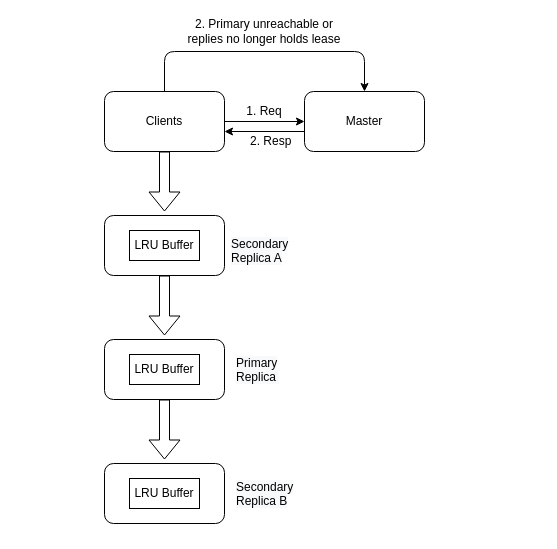
Before: writeDataFlow.drawio in ywq1113/scripts, a draw.io diagram. Source tidied: cells renumbered, new cells numbered last; positions are measured from the earlier drawing's top-left corner, leaving out a move shared by most shapes. Both pictures are drawn from the tidied source at 100%, with x=0, y=0 at pixel (104, 21).
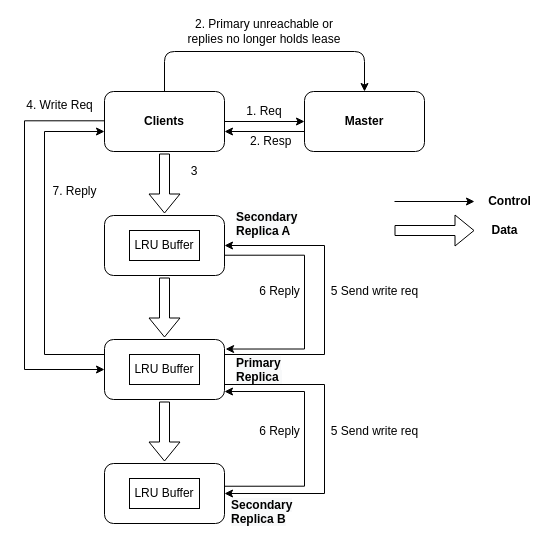
The same diagram, later.

Unchanged cells that the change refers to:
```xml
<mxCell id="11" style="rounded=1;whiteSpace=wrap;html=1;" parent="1" vertex="1">
  <mxGeometry y="194" width="120" height="60" as="geometry" />
</mxCell>
<mxCell id="13" style="rounded=1;whiteSpace=wrap;html=1;" parent="1" vertex="1">
  <mxGeometry y="318" width="120" height="60" as="geometry" />
</mxCell>
<mxCell id="15" style="rounded=1;whiteSpace=wrap;html=1;" parent="1" vertex="1">
  <mxGeometry y="442" width="120" height="60" as="geometry" />
</mxCell>
```

Diff of the diagram source:
```diff
@@
-    <mxCell id="4" value="Clients" style="rounded=1;whiteSpace=wrap;html=1;" parent="1" vertex="1">
+    <mxCell id="4" value="&lt;b&gt;Clients&lt;/b&gt;" style="rounded=1;whiteSpace=wrap;html=1;" parent="1" vertex="1">
       <mxGeometry y="70" width="120" height="60" as="geometry" />
     </mxCell>
-    <mxCell id="5" value="Master" style="rounded=1;whiteSpace=wrap;html=1;" parent="1" vertex="1">
+    <mxCell id="5" value="&lt;b&gt;Master&lt;/b&gt;" style="rounded=1;whiteSpace=wrap;html=1;" parent="1" vertex="1">
       <mxGeometry x="200" y="70" width="120" height="60" as="geometry" />
     </mxCell>
@@
-    <mxCell id="10" style="shape=flexArrow;endArrow=classic;html=1;strokeWidth=1;exitX=0.5;exitY=1;exitDx=0;exitDy=0;" parent="1" edge="1" source="4">
+    <mxCell id="10" style="shape=flexArrow;endArrow=classic;html=1;strokeWidth=1;exitX=0.5;exitY=1;exitDx=0;exitDy=0;" parent="1" edge="1">
       <mxGeometry relative="1" as="geometry">
-        <mxPoint x="60" y="190" as="targetPoint" />
+        <mxPoint x="60" y="132" as="sourcePoint" />
+        <mxPoint x="60" y="192" as="targetPoint" />
       </mxGeometry>
     </mxCell>
@@
     <mxCell id="12" style="shape=flexArrow;endArrow=classic;html=1;strokeWidth=1;exitX=0.5;exitY=1;exitDx=0;exitDy=0;" parent="1" edge="1">
       <mxGeometry relative="1" as="geometry">
-        <mxPoint x="60" y="254" as="sourcePoint" />
-        <mxPoint x="60" y="314" as="targetPoint" />
+        <mxPoint x="60" y="256" as="sourcePoint" />
+        <mxPoint x="60" y="316" as="targetPoint" />
       </mxGeometry>
     </mxCell>
@@
     <mxCell id="14" style="shape=flexArrow;endArrow=classic;html=1;strokeWidth=1;exitX=0.5;exitY=1;exitDx=0;exitDy=0;" parent="1" edge="1">
       <mxGeometry relative="1" as="geometry">
-        <mxPoint x="60" y="378" as="sourcePoint" />
-        <mxPoint x="60" y="438" as="targetPoint" />
+        <mxPoint x="60" y="380" as="sourcePoint" />
+        <mxPoint x="60" y="440" as="targetPoint" />
       </mxGeometry>
     </mxCell>
@@
-    <mxCell id="17" value="&lt;span style=&quot;color: rgb(0, 0, 0); font-family: helvetica; font-size: 12px; font-style: normal; font-weight: 400; letter-spacing: normal; text-align: center; text-indent: 0px; text-transform: none; word-spacing: 0px; background-color: rgb(248, 249, 250); display: inline; float: none;&quot;&gt;Secondary&lt;/span&gt;&lt;br style=&quot;color: rgb(0, 0, 0); font-family: helvetica; font-size: 12px; font-style: normal; font-weight: 400; letter-spacing: normal; text-align: center; text-indent: 0px; text-transform: none; word-spacing: 0px; background-color: rgb(248, 249, 250);&quot;&gt;&lt;span style=&quot;color: rgb(0, 0, 0); font-family: helvetica; font-size: 12px; font-style: normal; font-weight: 400; letter-spacing: normal; text-align: center; text-indent: 0px; text-transform: none; word-spacing: 0px; background-color: rgb(248, 249, 250); display: inline; float: none;&quot;&gt;Replica A&lt;/span&gt;" style="text;whiteSpace=wrap;html=1;" parent="1" vertex="1">
-      <mxGeometry x="125" y="209" width="80" height="40" as="geometry" />
+    <mxCell id="17" value="&lt;b&gt;&lt;span style=&quot;color: rgb(0 , 0 , 0) ; font-family: &amp;#34;helvetica&amp;#34; ; font-size: 12px ; font-style: normal ; letter-spacing: normal ; text-align: center ; text-indent: 0px ; text-transform: none ; word-spacing: 0px ; background-color: rgb(248 , 249 , 250) ; display: inline ; float: none&quot;&gt;Secondary&lt;/span&gt;&lt;br style=&quot;color: rgb(0 , 0 , 0) ; font-family: &amp;#34;helvetica&amp;#34; ; font-size: 12px ; font-style: normal ; letter-spacing: normal ; text-align: center ; text-indent: 0px ; text-transform: none ; word-spacing: 0px ; background-color: rgb(248 , 249 , 250)&quot;&gt;&lt;span style=&quot;color: rgb(0 , 0 , 0) ; font-family: &amp;#34;helvetica&amp;#34; ; font-size: 12px ; font-style: normal ; letter-spacing: normal ; text-align: center ; text-indent: 0px ; text-transform: none ; word-spacing: 0px ; background-color: rgb(248 , 249 , 250) ; display: inline ; float: none&quot;&gt;Replica A&lt;/span&gt;&lt;/b&gt;" style="text;whiteSpace=wrap;html=1;" parent="1" vertex="1">
+      <mxGeometry x="130" y="182" width="80" height="40" as="geometry" />
     </mxCell>
-    <mxCell id="18" value="&lt;span style=&quot;color: rgb(0, 0, 0); font-family: helvetica; font-size: 12px; font-style: normal; font-weight: 400; letter-spacing: normal; text-align: center; text-indent: 0px; text-transform: none; word-spacing: 0px; background-color: rgb(248, 249, 250); display: inline; float: none;&quot;&gt;Primary&lt;/span&gt;&lt;br style=&quot;color: rgb(0, 0, 0); font-family: helvetica; font-size: 12px; font-style: normal; font-weight: 400; letter-spacing: normal; text-align: center; text-indent: 0px; text-transform: none; word-spacing: 0px; background-color: rgb(248, 249, 250);&quot;&gt;&lt;span style=&quot;color: rgb(0, 0, 0); font-family: helvetica; font-size: 12px; font-style: normal; font-weight: 400; letter-spacing: normal; text-align: center; text-indent: 0px; text-transform: none; word-spacing: 0px; background-color: rgb(248, 249, 250); display: inline; float: none;&quot;&gt;Replica&amp;nbsp;&lt;/span&gt;" style="text;whiteSpace=wrap;html=1;" parent="1" vertex="1">
+    <mxCell id="18" value="&lt;b&gt;&lt;span style=&quot;color: rgb(0 , 0 , 0) ; font-family: &amp;#34;helvetica&amp;#34; ; font-size: 12px ; font-style: normal ; letter-spacing: normal ; text-align: center ; text-indent: 0px ; text-transform: none ; word-spacing: 0px ; background-color: rgb(248 , 249 , 250) ; display: inline ; float: none&quot;&gt;Primary&lt;/span&gt;&lt;br style=&quot;color: rgb(0 , 0 , 0) ; font-family: &amp;#34;helvetica&amp;#34; ; font-size: 12px ; font-style: normal ; letter-spacing: normal ; text-align: center ; text-indent: 0px ; text-transform: none ; word-spacing: 0px ; background-color: rgb(248 , 249 , 250)&quot;&gt;&lt;span style=&quot;color: rgb(0 , 0 , 0) ; font-family: &amp;#34;helvetica&amp;#34; ; font-size: 12px ; font-style: normal ; letter-spacing: normal ; text-align: center ; text-indent: 0px ; text-transform: none ; word-spacing: 0px ; background-color: rgb(248 , 249 , 250) ; display: inline ; float: none&quot;&gt;Replica&amp;nbsp;&lt;/span&gt;&lt;/b&gt;" style="text;whiteSpace=wrap;html=1;" parent="1" vertex="1">
       <mxGeometry x="130" y="328" width="70" height="40" as="geometry" />
     </mxCell>
-    <mxCell id="19" value="&lt;span style=&quot;color: rgb(0, 0, 0); font-family: helvetica; font-size: 12px; font-style: normal; font-weight: 400; letter-spacing: normal; text-align: center; text-indent: 0px; text-transform: none; word-spacing: 0px; background-color: rgb(248, 249, 250); display: inline; float: none;&quot;&gt;Secondary&lt;/span&gt;&lt;br style=&quot;color: rgb(0, 0, 0); font-family: helvetica; font-size: 12px; font-style: normal; font-weight: 400; letter-spacing: normal; text-align: center; text-indent: 0px; text-transform: none; word-spacing: 0px; background-color: rgb(248, 249, 250);&quot;&gt;&lt;span style=&quot;color: rgb(0, 0, 0); font-family: helvetica; font-size: 12px; font-style: normal; font-weight: 400; letter-spacing: normal; text-align: center; text-indent: 0px; text-transform: none; word-spacing: 0px; background-color: rgb(248, 249, 250); display: inline; float: none;&quot;&gt;Replica B&lt;/span&gt;" style="text;whiteSpace=wrap;html=1;" parent="1" vertex="1">
-      <mxGeometry x="130" y="452" width="80" height="40" as="geometry" />
+    <mxCell id="19" value="&lt;b&gt;&lt;span style=&quot;color: rgb(0 , 0 , 0) ; font-family: &amp;#34;helvetica&amp;#34; ; font-size: 12px ; font-style: normal ; letter-spacing: normal ; text-align: center ; text-indent: 0px ; text-transform: none ; word-spacing: 0px ; background-color: rgb(248 , 249 , 250) ; display: inline ; float: none&quot;&gt;Secondary&lt;/span&gt;&lt;br style=&quot;color: rgb(0 , 0 , 0) ; font-family: &amp;#34;helvetica&amp;#34; ; font-size: 12px ; font-style: normal ; letter-spacing: normal ; text-align: center ; text-indent: 0px ; text-transform: none ; word-spacing: 0px ; background-color: rgb(248 , 249 , 250)&quot;&gt;&lt;span style=&quot;color: rgb(0 , 0 , 0) ; font-family: &amp;#34;helvetica&amp;#34; ; font-size: 12px ; font-style: normal ; letter-spacing: normal ; text-align: center ; text-indent: 0px ; text-transform: none ; word-spacing: 0px ; background-color: rgb(248 , 249 , 250) ; display: inline ; float: none&quot;&gt;Replica B&lt;/span&gt;&lt;/b&gt;" style="text;whiteSpace=wrap;html=1;" parent="1" vertex="1">
+      <mxGeometry x="125" y="470" width="80" height="40" as="geometry" />
     </mxCell>
@@
+    <mxCell id="22" value="3" style="text;html=1;strokeColor=none;fillColor=none;align=center;verticalAlign=middle;whiteSpace=wrap;rounded=0;" parent="1" vertex="1">
+      <mxGeometry x="70" y="140" width="40" height="20" as="geometry" />
+    </mxCell>
+    <mxCell id="23" style="edgeStyle=orthogonalEdgeStyle;rounded=0;jettySize=auto;html=1;strokeWidth=1;entryX=0;entryY=0.5;entryDx=0;entryDy=0;" parent="1" edge="1" target="13">
+      <mxGeometry relative="1" as="geometry">
+        <mxPoint y="99.3" as="sourcePoint" />
+        <Array as="points">
+          <mxPoint x="-80" y="99" />
+          <mxPoint x="-80" y="348" />
+        </Array>
+      </mxGeometry>
+    </mxCell>
+    <mxCell id="24" value="4. Write Req" style="text;html=1;align=center;verticalAlign=middle;" parent="1" vertex="1">
+      <mxGeometry x="-85" y="74" width="80" height="20" as="geometry" />
+    </mxCell>
+    <mxCell id="25" style="edgeStyle=orthogonalEdgeStyle;rounded=0;jettySize=auto;html=1;strokeWidth=1;entryX=1;entryY=0.5;entryDx=0;entryDy=0;exitX=1;exitY=0.75;exitDx=0;exitDy=0;" parent="1" edge="1" source="13" target="15">
+      <mxGeometry relative="1" as="geometry">
+        <Array as="points">
+          <mxPoint x="220" y="363" />
+          <mxPoint x="220" y="472" />
+        </Array>
+      </mxGeometry>
+    </mxCell>
+    <mxCell id="26" style="edgeStyle=orthogonalEdgeStyle;rounded=0;jettySize=auto;html=1;strokeWidth=1;entryX=1;entryY=0.5;entryDx=0;entryDy=0;" parent="1" edge="1" target="11">
+      <mxGeometry relative="1" as="geometry">
+        <mxPoint x="120" y="333" as="sourcePoint" />
+        <Array as="points">
+          <mxPoint x="220" y="333" />
+          <mxPoint x="220" y="224" />
+        </Array>
+      </mxGeometry>
+    </mxCell>
+    <mxCell id="27" value="5 Send write req" style="text;html=1;align=center;verticalAlign=middle;" parent="1" vertex="1">
+      <mxGeometry x="220" y="260" width="100" height="20" as="geometry" />
+    </mxCell>
+    <mxCell id="28" style="edgeStyle=orthogonalEdgeStyle;rounded=0;jettySize=auto;html=1;strokeWidth=1;entryX=1;entryY=0.867;entryDx=0;entryDy=0;entryPerimeter=0;exitX=0.997;exitY=0.379;exitDx=0;exitDy=0;exitPerimeter=0;" parent="1" edge="1" source="15" target="13">
+      <mxGeometry relative="1" as="geometry">
+        <Array as="points">
+          <mxPoint x="200" y="465" />
+          <mxPoint x="200" y="370" />
+        </Array>
+      </mxGeometry>
+    </mxCell>
+    <mxCell id="29" style="edgeStyle=orthogonalEdgeStyle;rounded=0;jettySize=auto;html=1;strokeWidth=1;entryX=1.009;entryY=0.159;entryDx=0;entryDy=0;entryPerimeter=0;exitX=1.003;exitY=0.662;exitDx=0;exitDy=0;exitPerimeter=0;" parent="1" edge="1" source="11" target="13">
+      <mxGeometry relative="1" as="geometry">
+        <Array as="points">
+          <mxPoint x="200" y="234" />
+          <mxPoint x="200" y="328" />
+        </Array>
+      </mxGeometry>
+    </mxCell>
+    <mxCell id="30" value="6 Reply" style="text;html=1;align=center;verticalAlign=middle;" parent="1" vertex="1">
+      <mxGeometry x="145" y="260" width="60" height="20" as="geometry" />
+    </mxCell>
+    <mxCell id="31" value="6 Reply" style="text;html=1;align=center;verticalAlign=middle;" parent="1" vertex="1">
+      <mxGeometry x="145" y="400" width="60" height="20" as="geometry" />
+    </mxCell>
+    <mxCell id="32" value="5 Send write req" style="text;html=1;align=center;verticalAlign=middle;" parent="1" vertex="1">
+      <mxGeometry x="220" y="400" width="100" height="20" as="geometry" />
+    </mxCell>
+    <mxCell id="33" style="edgeStyle=orthogonalEdgeStyle;rounded=0;jettySize=auto;html=1;strokeWidth=1;entryX=0;entryY=0.667;entryDx=0;entryDy=0;entryPerimeter=0;" parent="1" edge="1" target="4">
+      <mxGeometry relative="1" as="geometry">
+        <mxPoint y="333" as="sourcePoint" />
+        <Array as="points">
+          <mxPoint x="-60" y="333" />
+          <mxPoint x="-60" y="110" />
+        </Array>
+      </mxGeometry>
+    </mxCell>
+    <mxCell id="34" value="7. Reply" style="text;html=1;align=center;verticalAlign=middle;" parent="1" vertex="1">
+      <mxGeometry x="-60" y="160" width="60" height="20" as="geometry" />
+    </mxCell>
+    <mxCell id="35" style="edgeStyle=orthogonalEdgeStyle;rounded=0;orthogonalLoop=1;jettySize=auto;html=1;strokeWidth=1;" parent="1" edge="1">
+      <mxGeometry relative="1" as="geometry">
+        <mxPoint x="290" y="180" as="sourcePoint" />
+        <mxPoint x="370" y="180" as="targetPoint" />
+      </mxGeometry>
+    </mxCell>
+    <mxCell id="36" style="shape=flexArrow;endArrow=classic;html=1;strokeWidth=1;" parent="1" edge="1">
+      <mxGeometry relative="1" as="geometry">
+        <mxPoint x="290" y="209" as="sourcePoint" />
+        <mxPoint x="370" y="209" as="targetPoint" />
+      </mxGeometry>
+    </mxCell>
+    <mxCell id="37" value="&lt;b&gt;Control&lt;/b&gt;" style="text;html=1;align=center;verticalAlign=middle;" parent="1" vertex="1">
+      <mxGeometry x="375" y="170" width="60" height="20" as="geometry" />
+    </mxCell>
+    <mxCell id="38" value="&lt;b&gt;Data&lt;/b&gt;" style="text;html=1;align=center;verticalAlign=middle;" parent="1" vertex="1">
+      <mxGeometry x="380" y="199" width="40" height="20" as="geometry" />
+    </mxCell>
```
